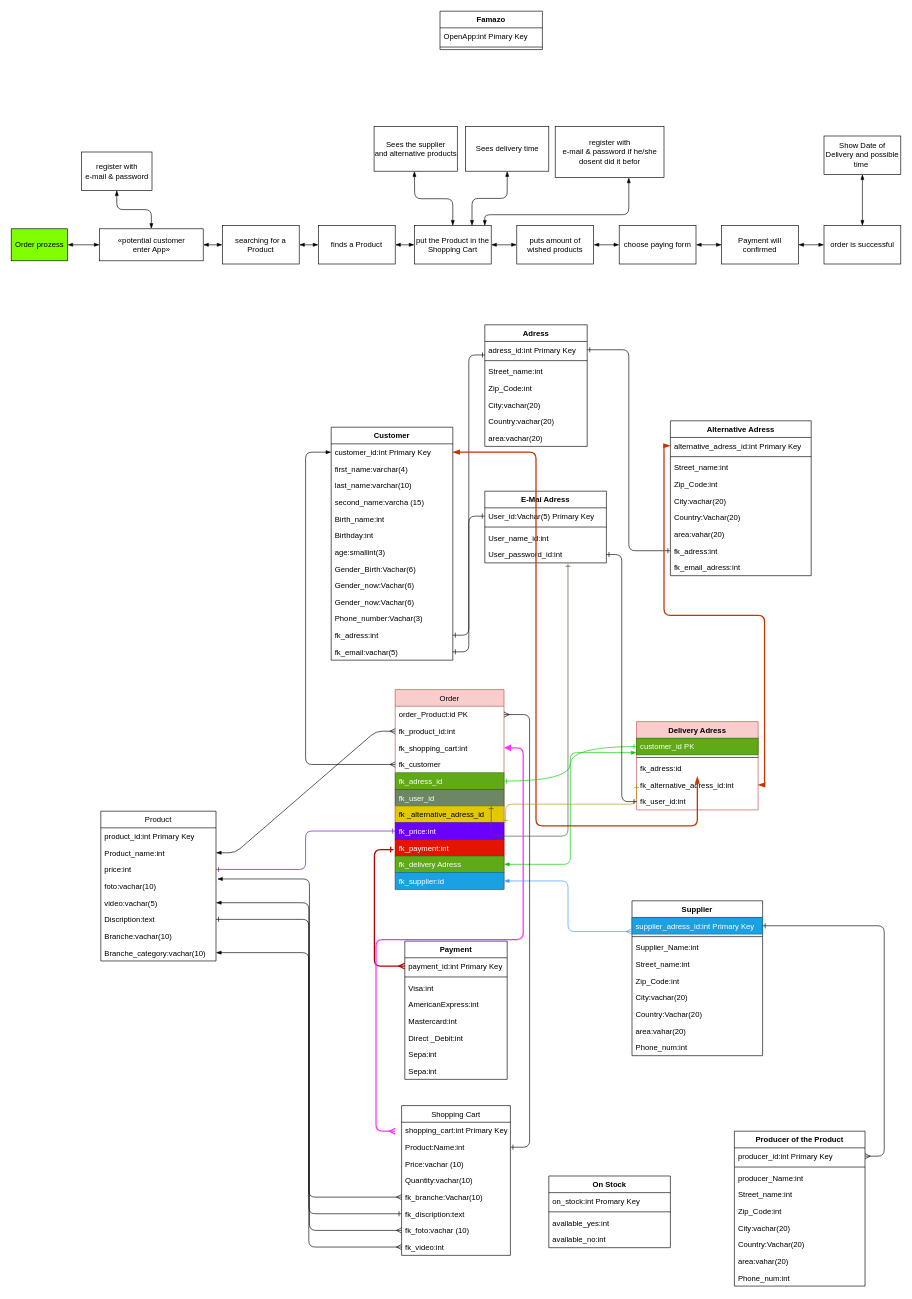
Before: page "Famazon Visual 3 UML" (3 of 3) of Michael/FamazonMichael.drawio in MichaelGarrigosa/backenddayone, a draw.io diagram. Source tidied: cells renumbered, new cells numbered last; positions are measured from the earlier drawing's top-left corner, leaving out a move shared by most shapes. Both pictures are drawn from the tidied source at 64%, with x=0, y=0 at pixel (11, 11).
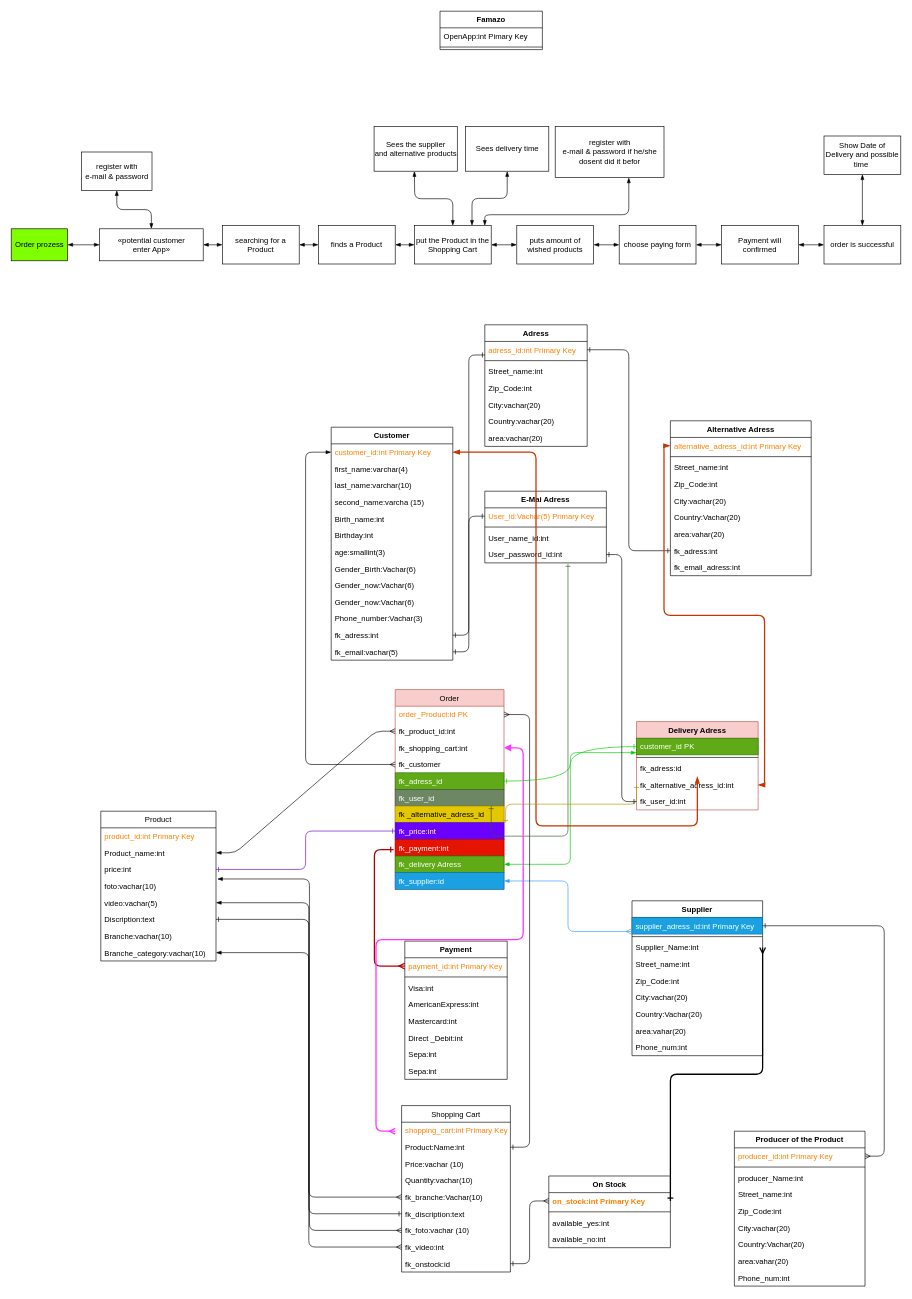
Above is the later version.

Unchanged cells that the change refers to:
```xml
<mxCell id="42" value="Customer" style="swimlane;fontStyle=1;horizontal=1;startSize=26;fillColor=none;" parent="1" vertex="1">
  <mxGeometry x="500" y="650" width="190" height="364" as="geometry" />
</mxCell>
<mxCell id="56" value="E-Mai Adress" style="swimlane;fontStyle=1;align=center;verticalAlign=top;horizontal=1;startSize=26;" parent="1" vertex="1">
  <mxGeometry x="740" y="750" width="190" height="112" as="geometry" />
</mxCell>
<mxCell id="63" value="Alternative Adress" style="swimlane;fontStyle=1;align=center;verticalAlign=top;horizontal=1;startSize=26;" parent="1" vertex="1">
  <mxGeometry x="1030" y="640" width="220" height="242" as="geometry" />
</mxCell>
<mxCell id="83" value="Product" style="swimlane;fontStyle=0;horizontal=1;startSize=26;fillColor=none;" parent="1" vertex="1">
  <mxGeometry x="140" y="1250" width="180" height="234" as="geometry" />
</mxCell>
<mxCell id="96" value="Order" style="swimlane;fontStyle=0;horizontal=1;startSize=26;fillColor=#f8cecc;strokeColor=#b85450;" parent="1" vertex="1">
  <mxGeometry x="600" y="1060" width="170" height="312" as="geometry" />
</mxCell>
<mxCell id="116" value="Supplier" style="swimlane;fontStyle=1;align=center;verticalAlign=top;horizontal=1;startSize=26;" parent="1" vertex="1">
  <mxGeometry x="970" y="1390" width="204.1" height="242" as="geometry" />
</mxCell>
<mxCell id="119" value="Supplier_Name:int" style="text;strokeColor=none;fillColor=none;align=left;verticalAlign=top;spacingLeft=4;spacingRight=4;overflow=hidden;points=[[0,0.5],[1,0.5]];portConstraint=eastwest;" parent="116" vertex="1">
  <mxGeometry y="60" width="204.1" height="26" as="geometry" />
</mxCell>
<mxCell id="130" value="Producer of the Product" style="swimlane;fontStyle=1;align=center;verticalAlign=top;horizontal=1;startSize=26;" parent="1" vertex="1">
  <mxGeometry x="1130" y="1750" width="204.1" height="242" as="geometry" />
</mxCell>
<mxCell id="147" value="Payment" style="swimlane;fontStyle=1;align=center;verticalAlign=top;horizontal=1;startSize=26;" parent="1" vertex="1">
  <mxGeometry x="615" y="1453" width="160" height="216" as="geometry" />
</mxCell>
<mxCell id="158" value="On Stock" style="swimlane;fontStyle=1;align=center;verticalAlign=top;horizontal=1;startSize=26;" parent="1" vertex="1">
  <mxGeometry x="840" y="1820" width="190" height="112" as="geometry" />
</mxCell>
```

Diff of the diagram source:
```diff
@@
-    <mxCell id="35" value="adress_id:int Primary Key" style="text;strokeColor=none;fillColor=none;align=left;verticalAlign=top;spacingLeft=4;spacingRight=4;overflow=hidden;points=[[0,0.5],[1,0.5]];portConstraint=eastwest;" parent="1" vertex="1">
+    <mxCell id="35" value="adress_id:int Primary Key" style="text;strokeColor=none;fillColor=none;align=left;verticalAlign=top;spacingLeft=4;spacingRight=4;overflow=hidden;points=[[0,0.5],[1,0.5]];portConstraint=eastwest;fontColor=#FF8000;" parent="1" vertex="1">
       <mxGeometry x="740" y="516" width="160" height="26" as="geometry" />
     </mxCell>
@@
-    <mxCell id="43" value="customer_id:int Primary Key" style="text;strokeColor=none;fillColor=none;align=left;verticalAlign=top;spacingLeft=4;spacingRight=4;overflow=hidden;points=[[0,0.5],[1,0.5]];portConstraint=eastwest;" parent="42" vertex="1">
+    <mxCell id="43" value="customer_id:int Primary Key" style="text;strokeColor=none;fillColor=none;align=left;verticalAlign=top;spacingLeft=4;spacingRight=4;overflow=hidden;points=[[0,0.5],[1,0.5]];portConstraint=eastwest;fontColor=#FF8000;" parent="42" vertex="1">
       <mxGeometry y="26" width="190" height="26" as="geometry" />
     </mxCell>
@@
-    <mxCell id="57" value="User_id:Vachar(5) Primary Key" style="text;strokeColor=none;fillColor=none;align=left;verticalAlign=top;spacingLeft=4;spacingRight=4;overflow=hidden;points=[[0,0.5],[1,0.5]];portConstraint=eastwest;" parent="56" vertex="1">
+    <mxCell id="57" value="User_id:Vachar(5) Primary Key" style="text;strokeColor=none;fillColor=none;align=left;verticalAlign=top;spacingLeft=4;spacingRight=4;overflow=hidden;points=[[0,0.5],[1,0.5]];portConstraint=eastwest;fontColor=#FF8000;" parent="56" vertex="1">
       <mxGeometry y="26" width="190" height="26" as="geometry" />
     </mxCell>
@@
-    <mxCell id="64" value="alternative_adress_id:int Primary Key" style="text;strokeColor=none;fillColor=none;align=left;verticalAlign=top;spacingLeft=4;spacingRight=4;overflow=hidden;points=[[0,0.5],[1,0.5]];portConstraint=eastwest;" parent="63" vertex="1">
+    <mxCell id="64" value="alternative_adress_id:int Primary Key" style="text;strokeColor=none;fillColor=none;align=left;verticalAlign=top;spacingLeft=4;spacingRight=4;overflow=hidden;points=[[0,0.5],[1,0.5]];portConstraint=eastwest;fontColor=#FF8000;" parent="63" vertex="1">
       <mxGeometry y="26" width="220" height="26" as="geometry" />
     </mxCell>
@@
     <mxCell id="74" value="Shopping Cart" style="swimlane;fontStyle=0;horizontal=1;startSize=26;fillColor=none;" parent="1" vertex="1">
-      <mxGeometry x="610" y="1710" width="170" height="234" as="geometry" />
+      <mxGeometry x="610" y="1710" width="170" height="260" as="geometry" />
     </mxCell>
-    <mxCell id="75" value="shopping_cart:int Primary Key" style="text;strokeColor=none;fillColor=none;align=left;verticalAlign=top;spacingLeft=4;spacingRight=4;overflow=hidden;" parent="74" vertex="1">
+    <mxCell id="75" value="shopping_cart:int Primary Key" style="text;strokeColor=none;fillColor=none;align=left;verticalAlign=top;spacingLeft=4;spacingRight=4;overflow=hidden;fontColor=#FF8000;" parent="74" vertex="1">
       <mxGeometry y="26" width="170" height="26" as="geometry" />
     </mxCell>
@@
+    <mxCell id="163" value="fk_onstock:id" style="text;strokeColor=none;fillColor=none;align=left;verticalAlign=top;spacingLeft=4;spacingRight=4;overflow=hidden;points=[[0,0.5],[1,0.5]];portConstraint=eastwest;" parent="74" vertex="1">
+      <mxGeometry y="234" width="170" height="26" as="geometry" />
+    </mxCell>
@@
-    <mxCell id="84" value="product_id:int Primary Key" style="text;strokeColor=none;fillColor=none;align=left;verticalAlign=top;spacingLeft=4;spacingRight=4;overflow=hidden;" parent="83" vertex="1">
+    <mxCell id="84" value="product_id:int Primary Key" style="text;strokeColor=none;fillColor=none;align=left;verticalAlign=top;spacingLeft=4;spacingRight=4;overflow=hidden;fontColor=#FF8000;" parent="83" vertex="1">
       <mxGeometry y="26" width="180" height="26" as="geometry" />
     </mxCell>
@@
-    <mxCell id="97" value="order_Product:id PK" style="text;strokeColor=none;fillColor=none;align=left;verticalAlign=top;spacingLeft=4;spacingRight=4;overflow=hidden;points=[[0,0.5],[1,0.5]];portConstraint=eastwest;" parent="96" vertex="1">
+    <mxCell id="97" value="order_Product:id PK" style="text;strokeColor=none;fillColor=none;align=left;verticalAlign=top;spacingLeft=4;spacingRight=4;overflow=hidden;points=[[0,0.5],[1,0.5]];portConstraint=eastwest;fontColor=#FF8000;" parent="96" vertex="1">
       <mxGeometry y="26" width="170" height="26" as="geometry" />
     </mxCell>
@@
-    <mxCell id="117" value="supplier_adress_id:int Primary Key" style="text;strokeColor=#006EAF;fillColor=#1ba1e2;align=left;verticalAlign=top;spacingLeft=4;spacingRight=4;overflow=hidden;points=[[0,0.5],[1,0.5]];portConstraint=eastwest;fontColor=#ffffff;" parent="116" vertex="1">
+    <mxCell id="117" value="supplier_adress_id:int Primary Key" style="text;strokeColor=#006EAF;fillColor=#1ba1e2;align=left;verticalAlign=top;spacingLeft=4;spacingRight=4;overflow=hidden;points=[[0,0.5],[1,0.5]];portConstraint=eastwest;fontColor=#FFFFFF;" parent="116" vertex="1">
       <mxGeometry y="26" width="204.1" height="26" as="geometry" />
     </mxCell>
@@
-    <mxCell id="131" value="producer_id:int Primary Key" style="text;strokeColor=none;fillColor=none;align=left;verticalAlign=top;spacingLeft=4;spacingRight=4;overflow=hidden;points=[[0,0.5],[1,0.5]];portConstraint=eastwest;" parent="130" vertex="1">
+    <mxCell id="131" value="producer_id:int Primary Key" style="text;strokeColor=none;fillColor=none;align=left;verticalAlign=top;spacingLeft=4;spacingRight=4;overflow=hidden;points=[[0,0.5],[1,0.5]];portConstraint=eastwest;fontColor=#FF8000;" parent="130" vertex="1">
       <mxGeometry y="26" width="204.1" height="26" as="geometry" />
     </mxCell>
@@
-    <mxCell id="148" value="payment_id:int Primary Key" style="text;strokeColor=none;fillColor=none;align=left;verticalAlign=top;spacingLeft=4;spacingRight=4;overflow=hidden;points=[[0,0.5],[1,0.5]];portConstraint=eastwest;" parent="147" vertex="1">
+    <mxCell id="148" value="payment_id:int Primary Key" style="text;strokeColor=none;fillColor=none;align=left;verticalAlign=top;spacingLeft=4;spacingRight=4;overflow=hidden;points=[[0,0.5],[1,0.5]];portConstraint=eastwest;fontColor=#FF8000;" parent="147" vertex="1">
       <mxGeometry y="26" width="160" height="26" as="geometry" />
     </mxCell>
@@
-    <mxCell id="159" value="on_stock:int Promary Key" style="text;strokeColor=none;fillColor=none;align=left;verticalAlign=top;spacingLeft=4;spacingRight=4;overflow=hidden;points=[[0,0.5],[1,0.5]];portConstraint=eastwest;" parent="158" vertex="1">
+    <mxCell id="159" value="on_stock:int Primary Key" style="text;strokeColor=none;fillColor=none;align=left;verticalAlign=top;spacingLeft=4;spacingRight=4;overflow=hidden;points=[[0,0.5],[1,0.5]];portConstraint=eastwest;fontStyle=1;labelBorderColor=none;fontColor=#FF8000;" parent="158" vertex="1">
       <mxGeometry y="26" width="190" height="26" as="geometry" />
     </mxCell>
@@
+    <mxCell id="164" style="edgeStyle=elbowEdgeStyle;rounded=1;html=1;entryX=0;entryY=0.5;entryDx=0;entryDy=0;startArrow=ERone;startFill=0;endArrow=ERmany;endFill=0;strokeColor=#000000;strokeWidth=1;" parent="1" edge="1" source="163" target="159">
+      <mxGeometry relative="1" as="geometry" />
+    </mxCell>
+    <mxCell id="165" style="edgeStyle=elbowEdgeStyle;rounded=1;elbow=vertical;html=1;startArrow=ERone;startFill=0;endArrow=ERmany;endFill=0;strokeColor=#000000;strokeWidth=2;exitX=1;exitY=0.5;exitDx=0;exitDy=0;entryX=1;entryY=0.5;entryDx=0;entryDy=0;" parent="1" edge="1" source="159" target="119">
+      <mxGeometry relative="1" as="geometry" />
+    </mxCell>
```
